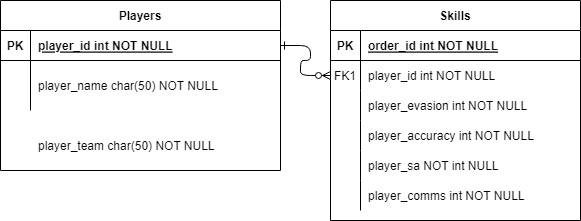
The draw.io diagram Core-Fundamental.drawio.png in Harry84/DevOps-Core-Fundamental-Project, before a commit. Source tidied: cells renumbered, new cells last; positions are measured from the earlier drawing's top-left corner, leaving out a move shared by most shapes.
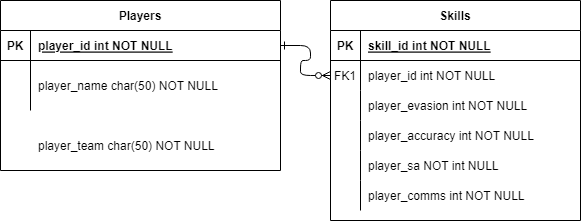
Above is the later version.

What changed in the source:
```diff
@@ -14,7 +14,7 @@
     <mxCell id="5" value="PK" style="shape=partialRectangle;overflow=hidden;fillColor=none;top=0;left=0;bottom=0;right=0;fontStyle=1;" parent="4" vertex="1">
       <mxGeometry width="30" height="30" as="geometry" />
     </mxCell>
-    <mxCell id="6" value="order_id int NOT NULL " style="shape=partialRectangle;overflow=hidden;fillColor=none;top=0;left=0;bottom=0;right=0;align=left;spacingLeft=6;fontStyle=5;" parent="4" vertex="1">
+    <mxCell id="6" value="skill_id int NOT NULL " style="shape=partialRectangle;overflow=hidden;fillColor=none;top=0;left=0;bottom=0;right=0;align=left;spacingLeft=6;fontStyle=5;" parent="4" vertex="1">
       <mxGeometry x="30" width="220" height="30" as="geometry" />
     </mxCell>
     <mxCell id="7" style="shape=partialRectangle;fillColor=none;points=[[0,0.5],[1,0.5]];portConstraint=eastwest;top=0;left=0;right=0;bottom=0;" parent="3" vertex="1">
```
